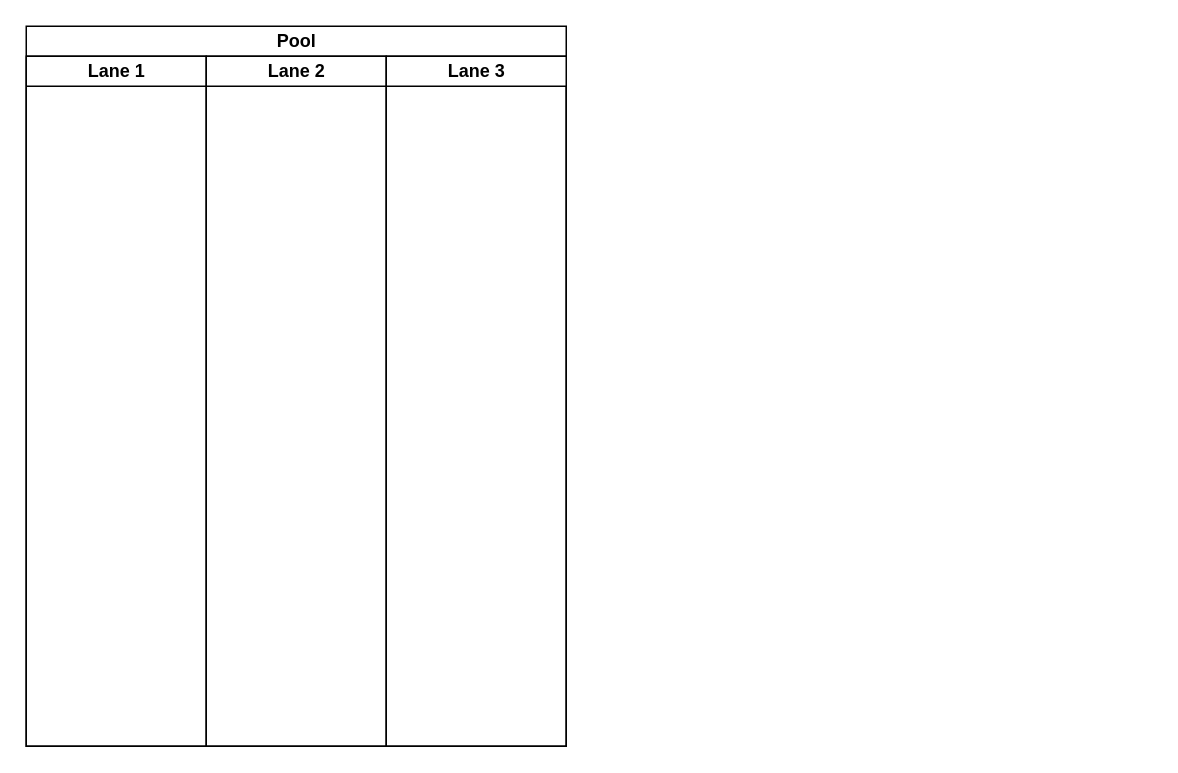
Above: .devcontainer/Untitled Diagram.drawio in deb4b/budget-forecast-dashboard (draw.io), before the change. Source tidied: cells renumbered, new cells numbered last; positions are measured from the earlier drawing's top-left corner, leaving out a move shared by most shapes. Both pictures are drawn from the tidied source at 150%, with x=0, y=0 at pixel (26, 26).
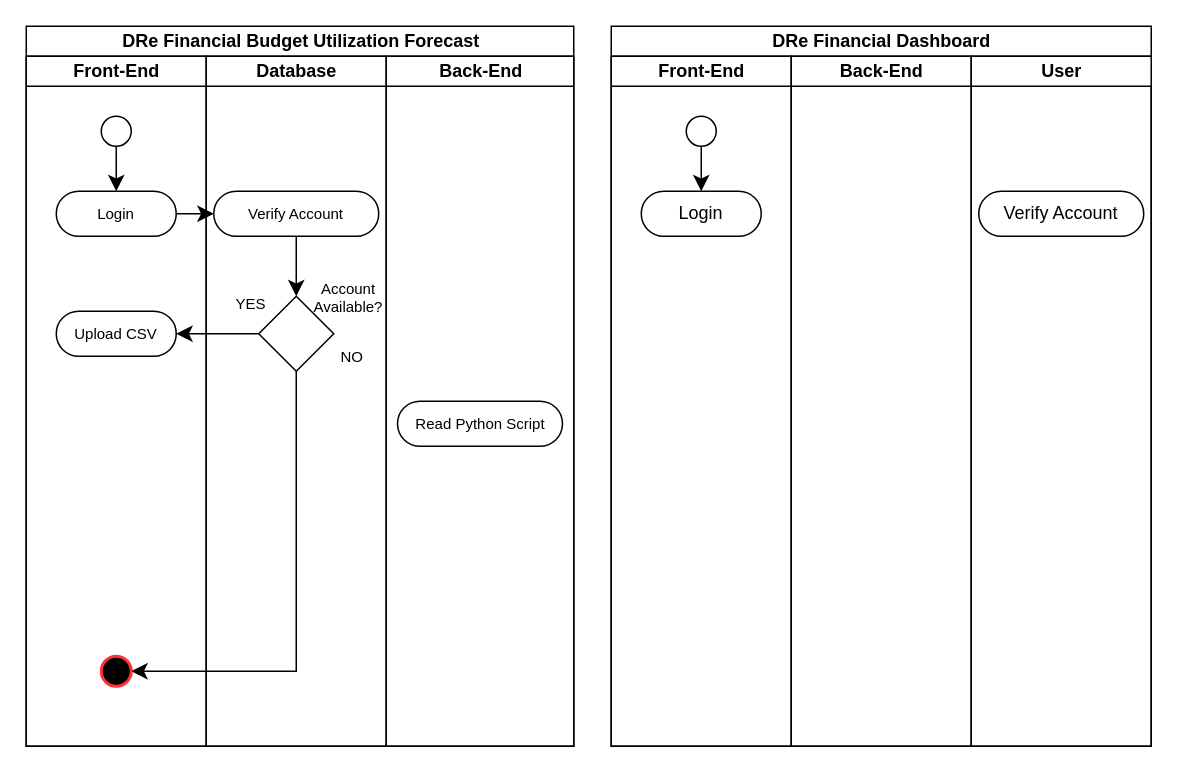
The same diagram, later.

The edit, as a diff of the source:
```diff
@@
-    <mxCell id="2" value="Pool" style="swimlane;startSize=20;html=1;" parent="1" vertex="1">
-      <mxGeometry width="360" height="480" as="geometry" />
+    <mxCell id="2" value="DRe Financial Budget Utilization Forecast" style="swimlane;startSize=20;html=1;" parent="1" vertex="1">
+      <mxGeometry width="365" height="480" as="geometry" />
     </mxCell>
-    <mxCell id="3" value="Lane 1" style="swimlane;startSize=20;html=1;" parent="2" vertex="1">
+    <mxCell id="3" value="Front-End" style="swimlane;startSize=20;html=1;" parent="2" vertex="1">
       <mxGeometry y="20" width="120" height="460" as="geometry" />
     </mxCell>
+    <mxCell id="6" style="edgeStyle=none;curved=1;rounded=0;jettySize=auto;html=1;exitX=0.5;exitY=1;exitDx=0;exitDy=0;entryX=0.5;entryY=0;entryDx=0;entryDy=0;fontSize=12;startSize=8;endSize=8;" parent="3" edge="1" source="7">
+      <mxGeometry relative="1" as="geometry">
+        <mxPoint x="60" y="90" as="targetPoint" />
+      </mxGeometry>
+    </mxCell>
+    <mxCell id="7" style="ellipse;whiteSpace=wrap;html=1;" parent="3" vertex="1">
+      <mxGeometry x="50" y="40" width="20" height="20" as="geometry" />
+    </mxCell>
+    <mxCell id="8" value="Login" style="rounded=1;whiteSpace=wrap;html=1;arcSize=50;fontSize=10;" parent="3" vertex="1">
+      <mxGeometry x="20" y="90" width="80" height="30" as="geometry" />
+    </mxCell>
+    <mxCell id="9" value="Upload CSV" style="rounded=1;whiteSpace=wrap;html=1;arcSize=50;fontSize=10;" parent="3" vertex="1">
+      <mxGeometry x="20" y="170" width="80" height="30" as="geometry" />
+    </mxCell>
+    <mxCell id="10" style="ellipse;whiteSpace=wrap;html=1;strokeWidth=2;fillColor=#000000;strokeColor=#FF3333;" parent="3" vertex="1">
+      <mxGeometry x="50" y="400" width="20" height="20" as="geometry" />
+    </mxCell>
-    <mxCell id="4" value="Lane 2" style="swimlane;startSize=20;html=1;" parent="2" vertex="1">
+    <mxCell id="4" value="Database" style="swimlane;startSize=20;html=1;" parent="2" vertex="1">
       <mxGeometry x="120" y="20" width="120" height="460" as="geometry" />
     </mxCell>
+    <mxCell id="11" style="edgeStyle=none;curved=1;rounded=0;jettySize=auto;html=1;exitX=0.5;exitY=1;exitDx=0;exitDy=0;fontSize=12;startSize=8;endSize=8;" parent="4" edge="1" source="12" target="13">
+      <mxGeometry relative="1" as="geometry" />
+    </mxCell>
+    <mxCell id="12" value="Verify Account" style="rounded=1;whiteSpace=wrap;html=1;arcSize=50;fontSize=10;" parent="4" vertex="1">
+      <mxGeometry x="5" y="90" width="110" height="30" as="geometry" />
+    </mxCell>
+    <mxCell id="13" style="rhombus;whiteSpace=wrap;html=1;" parent="4" vertex="1">
+      <mxGeometry x="35" y="160" width="50" height="50" as="geometry" />
+    </mxCell>
+    <mxCell id="14" value="YES" style="text;html=1;whiteSpace=wrap;strokeColor=none;fillColor=none;align=center;verticalAlign=middle;rounded=0;fontSize=10;" parent="4" vertex="1">
+      <mxGeometry y="150" width="60" height="30" as="geometry" />
+    </mxCell>
+    <mxCell id="15" value="NO" style="text;html=1;whiteSpace=wrap;strokeColor=none;fillColor=none;align=center;verticalAlign=middle;rounded=0;fontSize=10;" parent="4" vertex="1">
+      <mxGeometry x="80" y="190" width="35" height="20" as="geometry" />
+    </mxCell>
+    <mxCell id="16" value="Account Available?" style="text;html=1;whiteSpace=wrap;strokeColor=none;fillColor=none;align=center;verticalAlign=middle;rounded=0;fontSize=10;" parent="4" vertex="1">
+      <mxGeometry x="70" y="160" width="50" as="geometry" />
+    </mxCell>
-    <mxCell id="5" value="Lane 3" style="swimlane;startSize=20;html=1;" parent="2" vertex="1">
-      <mxGeometry x="240" y="20" width="120" height="460" as="geometry" />
+    <mxCell id="5" value="Back-End" style="swimlane;startSize=20;html=1;" parent="2" vertex="1">
+      <mxGeometry x="240" y="20" width="125" height="460" as="geometry" />
     </mxCell>
+    <mxCell id="17" value="Read Python Script" style="rounded=1;whiteSpace=wrap;html=1;arcSize=50;fontSize=10;" parent="5" vertex="1">
+      <mxGeometry x="7.5" y="230" width="110" height="30" as="geometry" />
+    </mxCell>
+    <mxCell id="18" style="edgeStyle=none;curved=1;rounded=0;jettySize=auto;html=1;entryX=1;entryY=0.5;entryDx=0;entryDy=0;fontSize=12;startSize=8;endSize=8;" parent="2" edge="1" source="13" target="9">
+      <mxGeometry relative="1" as="geometry" />
+    </mxCell>
+    <mxCell id="19" style="edgeStyle=none;curved=1;rounded=0;jettySize=auto;html=1;exitX=1;exitY=0.5;exitDx=0;exitDy=0;fontSize=12;startSize=8;endSize=8;" parent="2" edge="1" source="8" target="12">
+      <mxGeometry relative="1" as="geometry" />
+    </mxCell>
+    <mxCell id="20" style="edgeStyle=none;curved=0;rounded=0;jettySize=auto;html=1;exitX=0.5;exitY=1;exitDx=0;exitDy=0;fontSize=12;startSize=8;endSize=8;" parent="2" edge="1" source="13" target="10">
+      <mxGeometry relative="1" as="geometry">
+        <Array as="points">
+          <mxPoint x="180" y="430" />
+        </Array>
+      </mxGeometry>
+    </mxCell>
+    <mxCell id="21" value="DRe Financial Dashboard" style="swimlane;startSize=20;html=1;" parent="1" vertex="1">
+      <mxGeometry x="390" width="360" height="480" as="geometry" />
+    </mxCell>
+    <mxCell id="22" value="Front-End" style="swimlane;startSize=20;html=1;" parent="21" vertex="1">
+      <mxGeometry y="20" width="120" height="460" as="geometry" />
+    </mxCell>
+    <mxCell id="23" style="edgeStyle=none;curved=1;rounded=0;jettySize=auto;html=1;exitX=0.5;exitY=1;exitDx=0;exitDy=0;entryX=0.5;entryY=0;entryDx=0;entryDy=0;fontSize=12;startSize=8;endSize=8;" parent="22" edge="1" source="24">
+      <mxGeometry relative="1" as="geometry">
+        <mxPoint x="60" y="90" as="targetPoint" />
+      </mxGeometry>
+    </mxCell>
+    <mxCell id="24" style="ellipse;whiteSpace=wrap;html=1;" parent="22" vertex="1">
+      <mxGeometry x="50" y="40" width="20" height="20" as="geometry" />
+    </mxCell>
+    <mxCell id="25" value="Login" style="rounded=1;whiteSpace=wrap;html=1;arcSize=50;" parent="22" vertex="1">
+      <mxGeometry x="20" y="90" width="80" height="30" as="geometry" />
+    </mxCell>
+    <mxCell id="26" value="Back-End" style="swimlane;startSize=20;html=1;" parent="21" vertex="1">
+      <mxGeometry x="120" y="20" width="120" height="460" as="geometry" />
+    </mxCell>
+    <mxCell id="27" value="User" style="swimlane;startSize=20;html=1;" parent="21" vertex="1">
+      <mxGeometry x="240" y="20" width="120" height="460" as="geometry" />
+    </mxCell>
+    <mxCell id="28" value="Verify Account" style="rounded=1;whiteSpace=wrap;html=1;arcSize=50;" parent="27" vertex="1">
+      <mxGeometry x="5" y="90" width="110" height="30" as="geometry" />
+    </mxCell>
```
